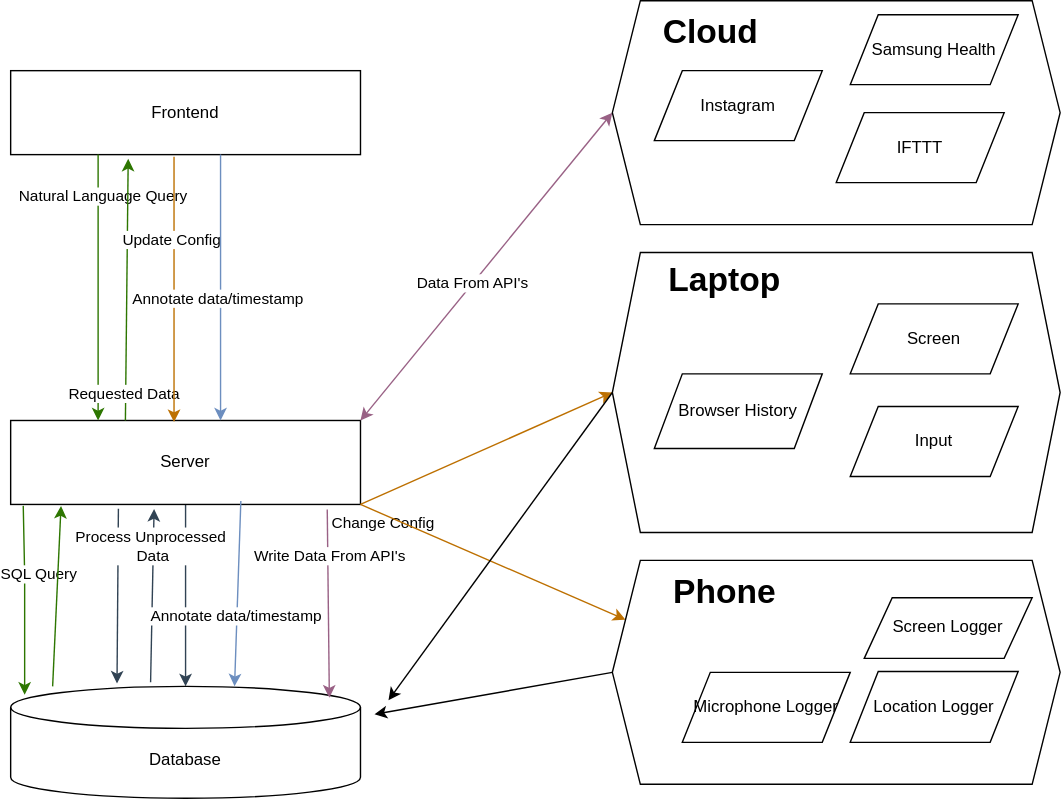
Before: docs/Lifelog.drawio.svg, a diagram exported from draw.io (MattHandzel/lifelog). Source tidied: cells renumbered, new cells last; positions are measured from the earlier drawing's top-left corner, leaving out a move shared by most shapes.
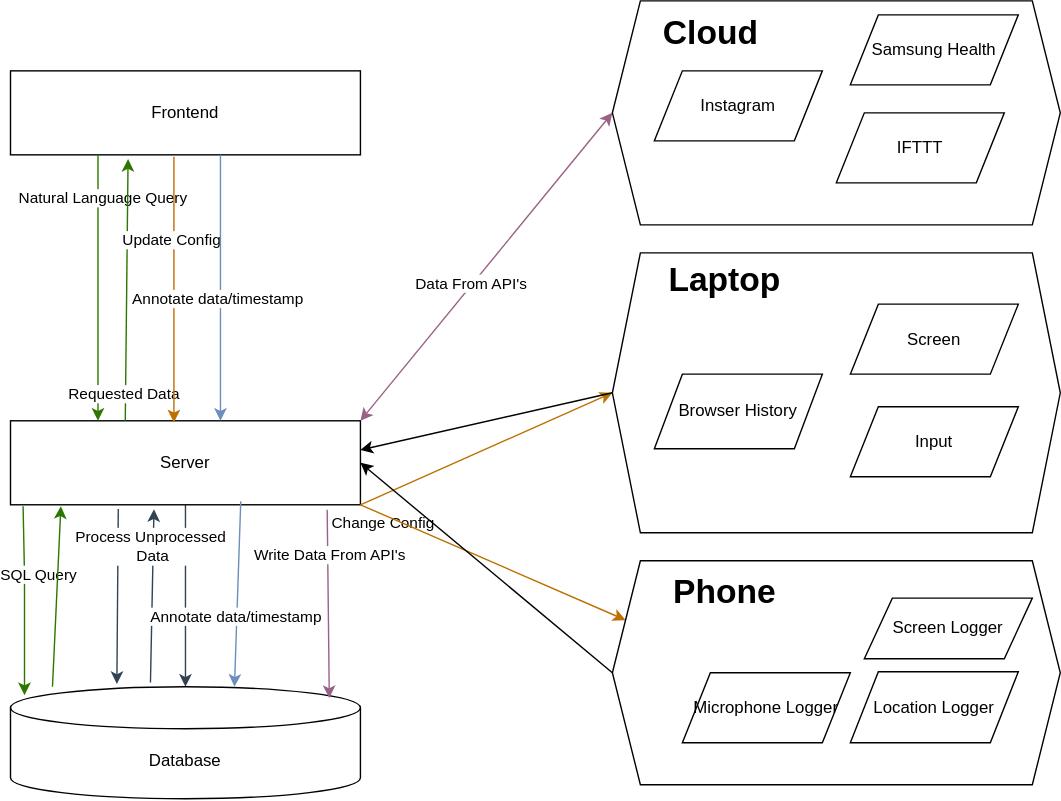
After the change.

Change to the diagram source:
```diff
@@ -120,15 +120,11 @@
         <mxPoint x="25" y="-4" as="offset" />
       </mxGeometry>
     </mxCell>
-    <mxCell id="34" style="endArrow=classic;html=1;rounded=0;exitX=0;exitY=0.5;exitDx=0;exitDy=0;" parent="1" edge="1" source="25">
-      <mxGeometry relative="1" as="geometry">
-        <mxPoint x="260" y="510" as="targetPoint" />
-      </mxGeometry>
+    <mxCell id="34" style="endArrow=classic;html=1;rounded=0;exitX=0;exitY=0.5;exitDx=0;exitDy=0;entryX=1;entryY=0.5;entryDx=0;entryDy=0;" parent="1" edge="1" source="25" target="11">
+      <mxGeometry relative="1" as="geometry" />
     </mxCell>
-    <mxCell id="35" style="endArrow=classic;html=1;rounded=0;exitX=0;exitY=0.5;exitDx=0;exitDy=0;" parent="1" edge="1" source="5">
-      <mxGeometry relative="1" as="geometry">
-        <mxPoint x="270" y="500" as="targetPoint" />
-      </mxGeometry>
+    <mxCell id="35" style="endArrow=classic;html=1;rounded=0;exitX=0;exitY=0.5;exitDx=0;exitDy=0;entryX=1;entryY=0.347;entryDx=0;entryDy=0;entryPerimeter=0;" parent="1" edge="1" source="5" target="11">
+      <mxGeometry relative="1" as="geometry" />
     </mxCell>
     <mxCell id="36" style="endArrow=classic;startArrow=classic;html=1;rounded=0;entryX=0;entryY=0.5;entryDx=0;entryDy=0;fillColor=#e6d0de;strokeColor=#996185;gradientColor=#d5739d;" parent="1" edge="1" target="41">
       <mxGeometry relative="1" as="geometry">
```
